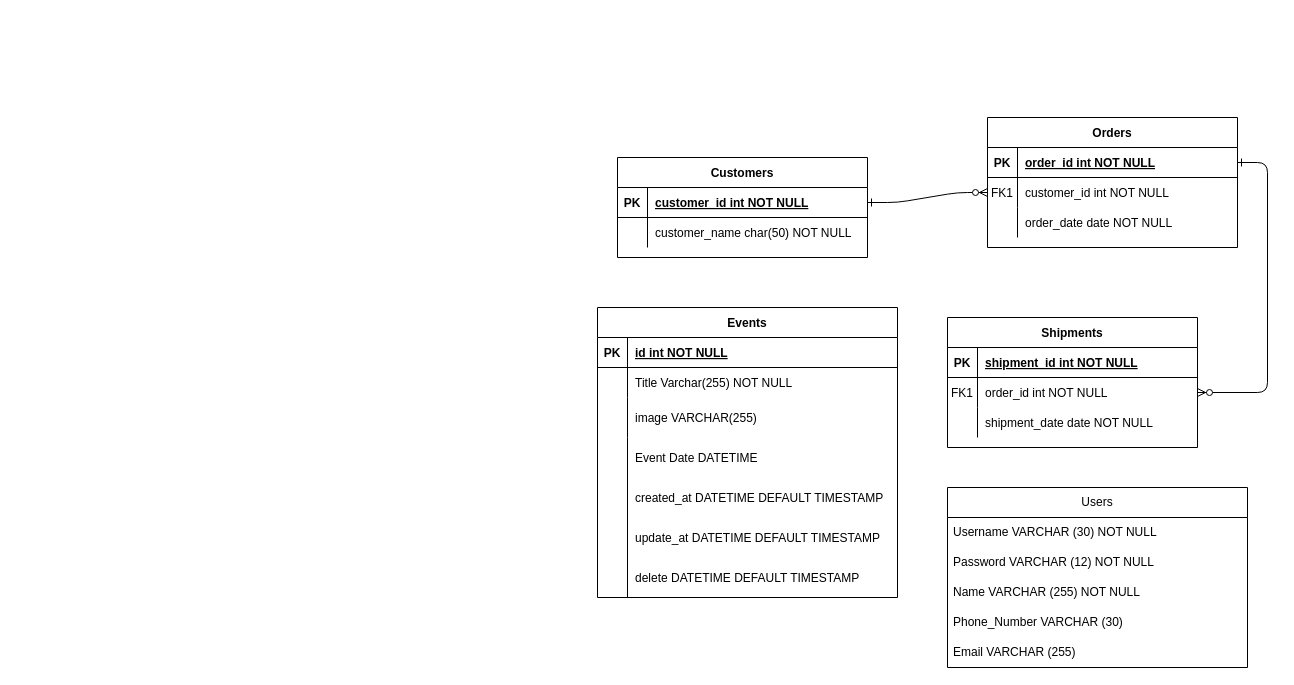
Before: Untitled Diagram.drawio in Cristian-Barajas09/proyecto_U_T3_backend, a draw.io diagram. Source tidied: cells renumbered, new cells numbered last; positions are measured from the earlier drawing's top-left corner, leaving out a move shared by most shapes. Both pictures are drawn from the tidied source at 100%, with x=0, y=0 at pixel (597, 117).
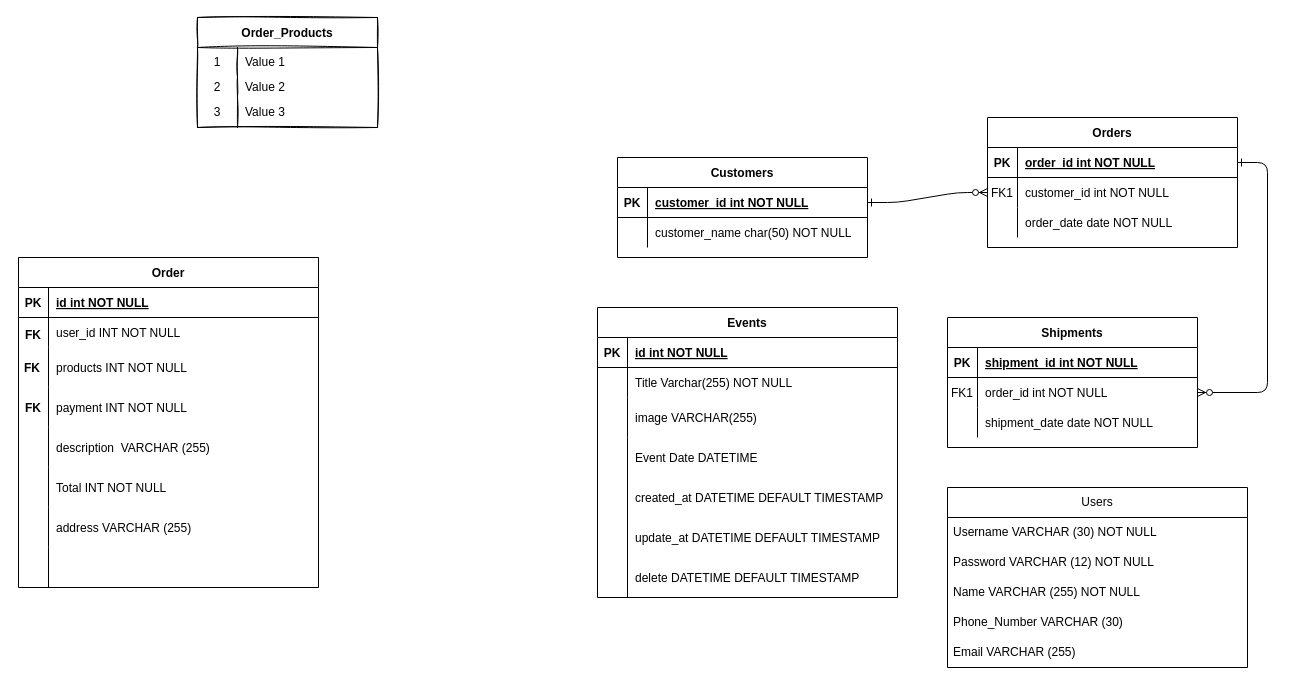
The same diagram, later.

Commit message:
update model order

Diff of the diagram source:
```diff
@@
+    <mxCell id="53" value="Order" style="shape=table;startSize=30;childLayout=tableLayout;rowLines=0;fontStyle=1;align=center;" parent="1" vertex="1">
+      <mxGeometry x="-579" y="140" width="300" height="330" as="geometry" />
+    </mxCell>
+    <mxCell id="54" style="shape=partialRectangle;fillColor=none;top=0;left=0;right=0;bottom=1;" parent="53" vertex="1">
+      <mxGeometry y="30" width="300" height="30" as="geometry" />
+    </mxCell>
+    <mxCell id="55" value="PK" style="shape=partialRectangle;overflow=hidden;fillColor=none;top=0;left=0;bottom=0;right=0;fontStyle=1;" parent="54" vertex="1">
+      <mxGeometry width="30" height="30" as="geometry" />
+    </mxCell>
+    <mxCell id="56" value="id int NOT NULL " style="shape=partialRectangle;overflow=hidden;fillColor=none;top=0;left=0;bottom=0;right=0;align=left;spacingLeft=6;fontStyle=5;" parent="54" vertex="1">
+      <mxGeometry x="30" width="270" height="30" as="geometry" />
+    </mxCell>
+    <mxCell id="57" style="shape=partialRectangle;fillColor=none;top=0;left=0;right=0;bottom=0;" parent="53" vertex="1">
+      <mxGeometry y="60" width="300" height="30" as="geometry" />
+    </mxCell>
+    <mxCell id="58" style="shape=partialRectangle;overflow=hidden;fillColor=none;top=0;left=0;bottom=0;right=0;" parent="57" vertex="1">
+      <mxGeometry width="30" height="30" as="geometry" />
+    </mxCell>
+    <mxCell id="59" value="user_id INT NOT NULL" style="shape=partialRectangle;overflow=hidden;fillColor=none;top=0;left=0;bottom=0;right=0;align=left;spacingLeft=6;" parent="57" vertex="1">
+      <mxGeometry x="30" width="270" height="30" as="geometry" />
+    </mxCell>
+    <mxCell id="60" style="shape=partialRectangle;fillColor=none;top=0;left=0;right=0;bottom=0;" parent="53" vertex="1">
+      <mxGeometry y="90" width="300" height="40" as="geometry" />
+    </mxCell>
+    <mxCell id="61" style="shape=partialRectangle;overflow=hidden;fillColor=none;top=0;left=0;bottom=0;right=0;" parent="60" vertex="1">
+      <mxGeometry width="30" height="40" as="geometry" />
+    </mxCell>
+    <mxCell id="62" value="products INT NOT NULL" style="shape=partialRectangle;overflow=hidden;fillColor=none;top=0;left=0;bottom=0;right=0;align=left;spacingLeft=6;" parent="60" vertex="1">
+      <mxGeometry x="30" width="270" height="40" as="geometry" />
+    </mxCell>
+    <mxCell id="63" style="shape=partialRectangle;fillColor=none;top=0;left=0;right=0;bottom=0;" parent="53" vertex="1">
+      <mxGeometry y="130" width="300" height="40" as="geometry" />
+    </mxCell>
+    <mxCell id="64" value="FK" style="shape=partialRectangle;overflow=hidden;fillColor=none;top=0;left=0;bottom=0;right=0;fontStyle=1;" parent="63" vertex="1">
+      <mxGeometry width="30" height="40" as="geometry" />
+    </mxCell>
+    <mxCell id="65" value="payment INT NOT NULL" style="shape=partialRectangle;overflow=hidden;fillColor=none;top=0;left=0;bottom=0;right=0;align=left;spacingLeft=6;" parent="63" vertex="1">
+      <mxGeometry x="30" width="270" height="40" as="geometry" />
+    </mxCell>
+    <mxCell id="66" style="shape=partialRectangle;fillColor=none;top=0;left=0;right=0;bottom=0;" parent="53" vertex="1">
+      <mxGeometry y="170" width="300" height="40" as="geometry" />
+    </mxCell>
+    <mxCell id="67" style="shape=partialRectangle;overflow=hidden;fillColor=none;top=0;left=0;bottom=0;right=0;" parent="66" vertex="1">
+      <mxGeometry width="30" height="40" as="geometry" />
+    </mxCell>
+    <mxCell id="68" value="description  VARCHAR (255)" style="shape=partialRectangle;overflow=hidden;fillColor=none;top=0;left=0;bottom=0;right=0;align=left;spacingLeft=6;" parent="66" vertex="1">
+      <mxGeometry x="30" width="270" height="40" as="geometry" />
+    </mxCell>
+    <mxCell id="69" style="shape=partialRectangle;fillColor=none;top=0;left=0;right=0;bottom=0;" parent="53" vertex="1">
+      <mxGeometry y="210" width="300" height="40" as="geometry" />
+    </mxCell>
+    <mxCell id="70" style="shape=partialRectangle;overflow=hidden;fillColor=none;top=0;left=0;bottom=0;right=0;" parent="69" vertex="1">
+      <mxGeometry width="30" height="40" as="geometry" />
+    </mxCell>
+    <mxCell id="71" value="Total INT NOT NULL " style="shape=partialRectangle;overflow=hidden;fillColor=none;top=0;left=0;bottom=0;right=0;align=left;spacingLeft=6;" parent="69" vertex="1">
+      <mxGeometry x="30" width="270" height="40" as="geometry" />
+    </mxCell>
+    <mxCell id="72" style="shape=partialRectangle;fillColor=none;top=0;left=0;right=0;bottom=0;" parent="53" vertex="1">
+      <mxGeometry y="250" width="300" height="40" as="geometry" />
+    </mxCell>
+    <mxCell id="73" style="shape=partialRectangle;overflow=hidden;fillColor=none;top=0;left=0;bottom=0;right=0;" parent="72" vertex="1">
+      <mxGeometry width="30" height="40" as="geometry" />
+    </mxCell>
+    <mxCell id="74" value="address VARCHAR (255)" style="shape=partialRectangle;overflow=hidden;fillColor=none;top=0;left=0;bottom=0;right=0;align=left;spacingLeft=6;" parent="72" vertex="1">
+      <mxGeometry x="30" width="270" height="40" as="geometry" />
+    </mxCell>
+    <mxCell id="75" style="shape=partialRectangle;fillColor=none;top=0;left=0;right=0;bottom=0;" parent="53" vertex="1">
+      <mxGeometry y="290" width="300" height="40" as="geometry" />
+    </mxCell>
+    <mxCell id="76" style="shape=partialRectangle;overflow=hidden;fillColor=none;top=0;left=0;bottom=0;right=0;" parent="75" vertex="1">
+      <mxGeometry width="30" height="40" as="geometry" />
+    </mxCell>
+    <mxCell id="77" style="shape=partialRectangle;overflow=hidden;fillColor=none;top=0;left=0;bottom=0;right=0;align=left;spacingLeft=6;" parent="75" vertex="1">
+      <mxGeometry x="30" width="270" height="40" as="geometry" />
+    </mxCell>
+    <mxCell id="78" value="FK" style="shape=partialRectangle;overflow=hidden;fillColor=none;top=0;left=0;bottom=0;right=0;fontStyle=1;sketch=1;curveFitting=1;jiggle=2;" parent="1" vertex="1">
+      <mxGeometry x="-580" y="240" width="30" height="20" as="geometry" />
+    </mxCell>
+    <mxCell id="79" value="FK" style="shape=partialRectangle;overflow=hidden;fillColor=none;top=0;left=0;bottom=0;right=0;fontStyle=1;sketch=1;curveFitting=1;jiggle=2;" parent="1" vertex="1">
+      <mxGeometry x="-579" y="207" width="30" height="20" as="geometry" />
+    </mxCell>
+    <mxCell id="80" value="Order_Products" style="shape=table;startSize=30;childLayout=tableLayout;rowLines=0;fontStyle=1;sketch=1;" parent="1" vertex="1">
+      <mxGeometry x="-400" y="-100" width="180" height="110" as="geometry" />
+    </mxCell>
+    <mxCell id="81" style="shape=tableRow;horizontal=0;startSize=0;swimlaneHead=0;swimlaneBody=0;top=0;left=0;bottom=0;right=0;fillColor=none;sketch=1;" parent="80" vertex="1">
+      <mxGeometry y="30" width="180" height="30" as="geometry" />
+    </mxCell>
+    <mxCell id="82" value="1" style="shape=partialRectangle;html=1;whiteSpace=wrap;fillColor=none;top=0;left=0;bottom=0;right=0;overflow=hidden;sketch=1;" parent="81" vertex="1">
+      <mxGeometry width="40" height="30" as="geometry" />
+    </mxCell>
+    <mxCell id="83" value="Value 1" style="shape=partialRectangle;html=1;whiteSpace=wrap;fillColor=none;top=0;left=0;bottom=0;right=0;align=left;spacingLeft=6;overflow=hidden;sketch=1;" parent="81" vertex="1">
+      <mxGeometry x="40" width="140" height="30" as="geometry" />
+    </mxCell>
+    <mxCell id="84" style="shape=tableRow;horizontal=0;startSize=0;swimlaneHead=0;swimlaneBody=0;top=0;left=0;bottom=0;right=0;fillColor=none;sketch=1;" parent="80" vertex="1">
+      <mxGeometry y="60" width="180" height="20" as="geometry" />
+    </mxCell>
+    <mxCell id="85" value="2" style="shape=partialRectangle;html=1;whiteSpace=wrap;fillColor=none;top=0;left=0;bottom=0;right=0;overflow=hidden;sketch=1;" parent="84" vertex="1">
+      <mxGeometry width="40" height="20" as="geometry" />
+    </mxCell>
+    <mxCell id="86" value="Value 2" style="shape=partialRectangle;html=1;whiteSpace=wrap;fillColor=none;top=0;left=0;bottom=0;right=0;align=left;spacingLeft=6;overflow=hidden;sketch=1;" parent="84" vertex="1">
+      <mxGeometry x="40" width="140" height="20" as="geometry" />
+    </mxCell>
+    <mxCell id="87" style="shape=tableRow;horizontal=0;startSize=0;swimlaneHead=0;swimlaneBody=0;top=0;left=0;bottom=0;right=0;fillColor=none;sketch=1;" parent="80" vertex="1">
+      <mxGeometry y="80" width="180" height="30" as="geometry" />
+    </mxCell>
+    <mxCell id="88" value="3" style="shape=partialRectangle;html=1;whiteSpace=wrap;fillColor=none;top=0;left=0;bottom=0;right=0;overflow=hidden;sketch=1;" parent="87" vertex="1">
+      <mxGeometry width="40" height="30" as="geometry" />
+    </mxCell>
+    <mxCell id="89" value="Value 3" style="shape=partialRectangle;html=1;whiteSpace=wrap;fillColor=none;top=0;left=0;bottom=0;right=0;align=left;spacingLeft=6;overflow=hidden;sketch=1;" parent="87" vertex="1">
+      <mxGeometry x="40" width="140" height="30" as="geometry" />
+    </mxCell>
```
